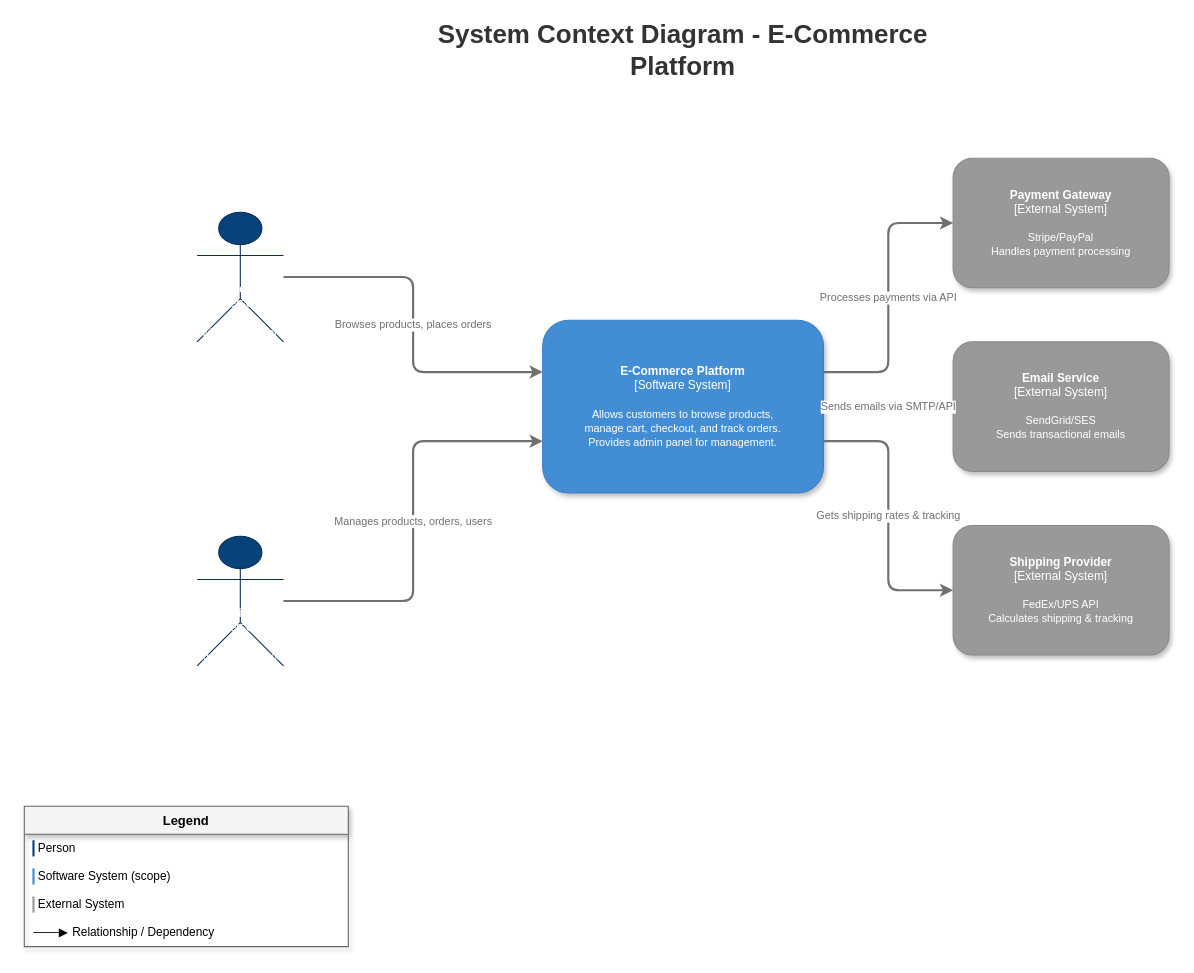
Earlier version of the draw.io diagram page "C4-Context" (1 of 3) of claude-md-drawio/sample-c4-model-ecommerce-platform.drawio (MrParkerZ7/mono-sample-claude-project-specific-instruction). Source tidied: cells renumbered, new cells numbered last; positions are measured from the earlier drawing's top-left corner, leaving out a move shared by most shapes. Both pictures are drawn from the tidied source at 108%, with x=0, y=0 at pixel (24, 28).
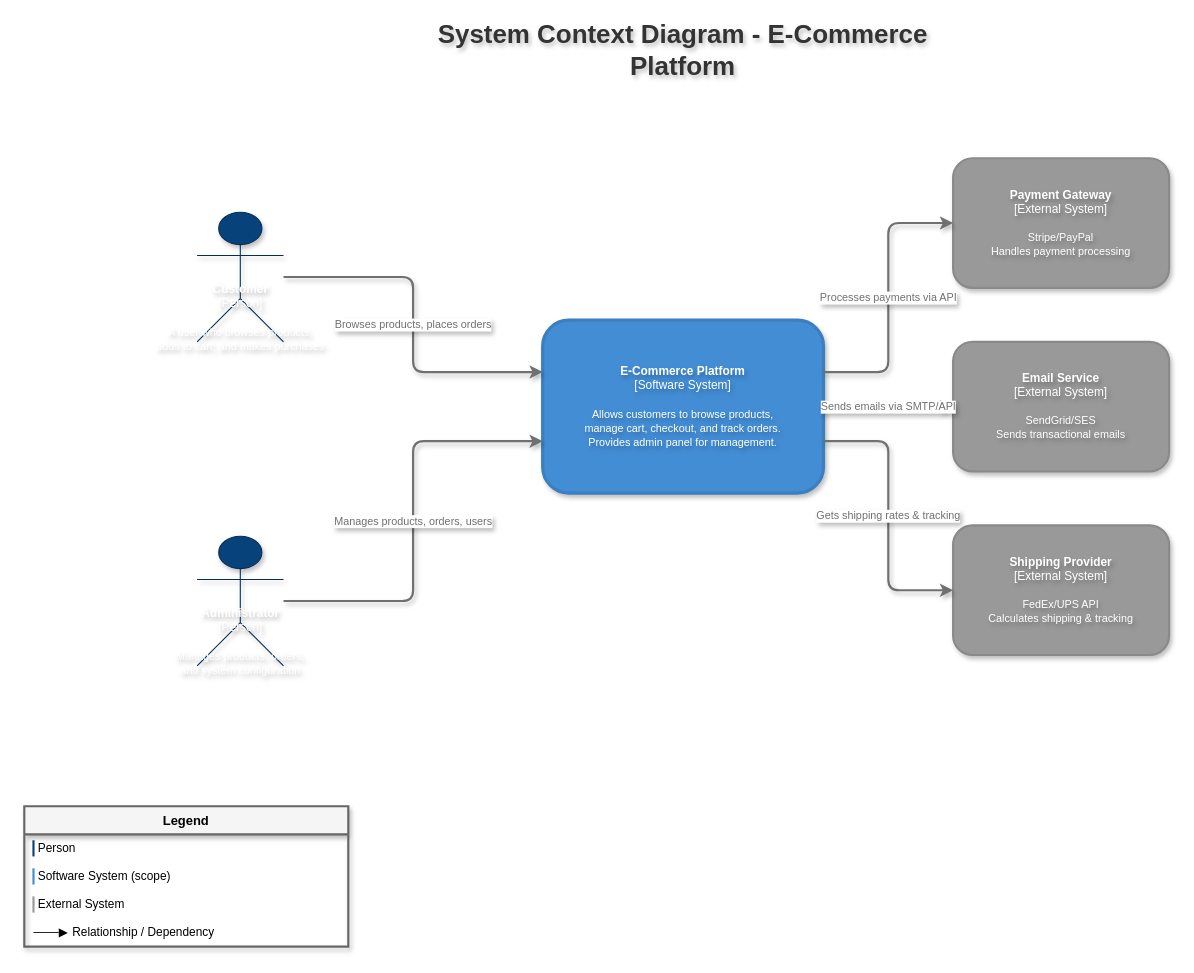
After the change.

The edit, as a diff of the source:
```diff
@@
 <mxGraphModel>
   <root>
     <mxCell id="0" />
     <mxCell id="1" parent="0" />
-    <mxCell id="2" value="System Context Diagram - E-Commerce Platform" style="text;html=1;strokeColor=none;fillColor=none;align=center;verticalAlign=middle;whiteSpace=wrap;rounded=0;fontSize=24;fontStyle=1;fontColor=#333333;" parent="1" vertex="1">
+    <mxCell id="2" value="System Context Diagram - E-Commerce Platform" style="text;html=1;strokeColor=none;fillColor=none;align=center;verticalAlign=middle;whiteSpace=wrap;rounded=0;fontSize=24;fontStyle=1;fontColor=#333333;shadow=1;textShadow=1;" parent="1" vertex="1">
       <mxGeometry x="360" width="500" height="40" as="geometry" />
     </mxCell>
-    <mxCell id="3" value="&lt;b&gt;Customer&lt;/b&gt;&lt;br&gt;[Person]&lt;br&gt;&lt;br&gt;&lt;font style='font-size:10px'&gt;A user who browses products,&lt;br&gt;adds to cart, and makes purchases&lt;/font&gt;" style="shape=umlActor;verticalLabelPosition=bottom;verticalAlign=top;html=1;outlineConnect=0;fillColor=#08427B;strokeColor=#052E56;fontColor=#FFFFFF;labelPosition=center;align=center;spacingTop=-60;spacing=0;fontSize=11;" parent="1" vertex="1">
+    <mxCell id="3" value="&lt;b&gt;Customer&lt;/b&gt;&lt;br&gt;[Person]&lt;br&gt;&lt;br&gt;&lt;font style='font-size:10px'&gt;A user who browses products,&lt;br&gt;adds to cart, and makes purchases&lt;/font&gt;" style="shape=umlActor;verticalLabelPosition=bottom;verticalAlign=top;html=1;outlineConnect=0;fillColor=#08427B;strokeColor=#052E56;fontColor=#FFFFFF;labelPosition=center;align=center;spacingTop=-60;spacing=0;fontSize=11;shadow=1;textShadow=1;" parent="1" vertex="1">
       <mxGeometry x="160" y="170" width="80" height="120" as="geometry" />
     </mxCell>
-    <mxCell id="4" value="&lt;b&gt;Administrator&lt;/b&gt;&lt;br&gt;[Person]&lt;br&gt;&lt;br&gt;&lt;font style='font-size:10px'&gt;Manages products, orders,&lt;br&gt;and system configuration&lt;/font&gt;" style="shape=umlActor;verticalLabelPosition=bottom;verticalAlign=top;html=1;outlineConnect=0;fillColor=#08427B;strokeColor=#052E56;fontColor=#FFFFFF;labelPosition=center;align=center;spacingTop=-60;spacing=0;fontSize=11;" parent="1" vertex="1">
+    <mxCell id="4" value="&lt;b&gt;Administrator&lt;/b&gt;&lt;br&gt;[Person]&lt;br&gt;&lt;br&gt;&lt;font style='font-size:10px'&gt;Manages products, orders,&lt;br&gt;and system configuration&lt;/font&gt;" style="shape=umlActor;verticalLabelPosition=bottom;verticalAlign=top;html=1;outlineConnect=0;fillColor=#08427B;strokeColor=#052E56;fontColor=#FFFFFF;labelPosition=center;align=center;spacingTop=-60;spacing=0;fontSize=11;shadow=1;textShadow=1;" parent="1" vertex="1">
       <mxGeometry x="160" y="470" width="80" height="120" as="geometry" />
     </mxCell>
-    <mxCell id="5" value="&lt;b&gt;E-Commerce Platform&lt;/b&gt;&lt;br&gt;[Software System]&lt;br&gt;&lt;br&gt;&lt;font style='font-size:10px'&gt;Allows customers to browse products,&lt;br&gt;manage cart, checkout, and track orders.&lt;br&gt;Provides admin panel for management.&lt;/font&gt;" style="rounded=1;whiteSpace=wrap;html=1;fillColor=#438DD5;strokeColor=#3C7FC0;fontColor=#FFFFFF;verticalAlign=middle;fontSize=11;shadow=1;" parent="1" vertex="1">
+    <mxCell id="5" value="&lt;b&gt;E-Commerce Platform&lt;/b&gt;&lt;br&gt;[Software System]&lt;br&gt;&lt;br&gt;&lt;font style='font-size:10px'&gt;Allows customers to browse products,&lt;br&gt;manage cart, checkout, and track orders.&lt;br&gt;Provides admin panel for management.&lt;/font&gt;" style="rounded=1;whiteSpace=wrap;html=1;fillColor=#438DD5;strokeColor=#3C7FC0;strokeWidth=3;fontColor=#FFFFFF;verticalAlign=middle;fontSize=11;shadow=1;textShadow=1;" parent="1" vertex="1">
       <mxGeometry x="480" y="270" width="260" height="160" as="geometry" />
     </mxCell>
-    <mxCell id="6" value="&lt;b&gt;Payment Gateway&lt;/b&gt;&lt;br&gt;[External System]&lt;br&gt;&lt;br&gt;&lt;font style='font-size:10px'&gt;Stripe/PayPal&lt;br&gt;Handles payment processing&lt;/font&gt;" style="rounded=1;whiteSpace=wrap;html=1;fillColor=#999999;strokeColor=#8A8A8A;fontColor=#FFFFFF;verticalAlign=middle;fontSize=11;shadow=1;" parent="1" vertex="1">
+    <mxCell id="6" value="&lt;b&gt;Payment Gateway&lt;/b&gt;&lt;br&gt;[External System]&lt;br&gt;&lt;br&gt;&lt;font style='font-size:10px'&gt;Stripe/PayPal&lt;br&gt;Handles payment processing&lt;/font&gt;" style="rounded=1;whiteSpace=wrap;html=1;fillColor=#999999;strokeColor=#8A8A8A;strokeWidth=2;fontColor=#FFFFFF;verticalAlign=middle;fontSize=11;shadow=1;textShadow=1;" parent="1" vertex="1">
       <mxGeometry x="860" y="120" width="200" height="120" as="geometry" />
     </mxCell>
-    <mxCell id="7" value="&lt;b&gt;Email Service&lt;/b&gt;&lt;br&gt;[External System]&lt;br&gt;&lt;br&gt;&lt;font style='font-size:10px'&gt;SendGrid/SES&lt;br&gt;Sends transactional emails&lt;/font&gt;" style="rounded=1;whiteSpace=wrap;html=1;fillColor=#999999;strokeColor=#8A8A8A;fontColor=#FFFFFF;verticalAlign=middle;fontSize=11;shadow=1;" parent="1" vertex="1">
+    <mxCell id="7" value="&lt;b&gt;Email Service&lt;/b&gt;&lt;br&gt;[External System]&lt;br&gt;&lt;br&gt;&lt;font style='font-size:10px'&gt;SendGrid/SES&lt;br&gt;Sends transactional emails&lt;/font&gt;" style="rounded=1;whiteSpace=wrap;html=1;fillColor=#999999;strokeColor=#8A8A8A;strokeWidth=2;fontColor=#FFFFFF;verticalAlign=middle;fontSize=11;shadow=1;textShadow=1;" parent="1" vertex="1">
       <mxGeometry x="860" y="290" width="200" height="120" as="geometry" />
     </mxCell>
-    <mxCell id="8" value="&lt;b&gt;Shipping Provider&lt;/b&gt;&lt;br&gt;[External System]&lt;br&gt;&lt;br&gt;&lt;font style='font-size:10px'&gt;FedEx/UPS API&lt;br&gt;Calculates shipping &amp; tracking&lt;/font&gt;" style="rounded=1;whiteSpace=wrap;html=1;fillColor=#999999;strokeColor=#8A8A8A;fontColor=#FFFFFF;verticalAlign=middle;fontSize=11;shadow=1;" parent="1" vertex="1">
+    <mxCell id="8" value="&lt;b&gt;Shipping Provider&lt;/b&gt;&lt;br&gt;[External System]&lt;br&gt;&lt;br&gt;&lt;font style='font-size:10px'&gt;FedEx/UPS API&lt;br&gt;Calculates shipping &amp; tracking&lt;/font&gt;" style="rounded=1;whiteSpace=wrap;html=1;fillColor=#999999;strokeColor=#8A8A8A;strokeWidth=2;fontColor=#FFFFFF;verticalAlign=middle;fontSize=11;shadow=1;textShadow=1;" parent="1" vertex="1">
       <mxGeometry x="860" y="460" width="200" height="120" as="geometry" />
     </mxCell>
-    <mxCell id="9" value="Browses products, places orders" style="edgeStyle=orthogonalEdgeStyle;rounded=1;jettySize=auto;html=1;strokeColor=#707070;strokeWidth=2;fontColor=#707070;fontSize=10;exitX=1;exitY=0.5;entryX=0;entryY=0.3;" parent="1" edge="1" source="3" target="5">
+    <mxCell id="9" value="Browses products, places orders" style="edgeStyle=orthogonalEdgeStyle;rounded=1;jettySize=auto;html=1;strokeColor=#707070;strokeWidth=2;fontColor=#707070;fontSize=10;exitX=1;exitY=0.5;entryX=0;entryY=0.3;shadow=1;textShadow=1;flowAnimation=1;endArrow=classic;endFill=1;" parent="1" edge="1" source="3" target="5">
       <mxGeometry relative="1" as="geometry" />
     </mxCell>
-    <mxCell id="10" value="Manages products, orders, users" style="edgeStyle=orthogonalEdgeStyle;rounded=1;jettySize=auto;html=1;strokeColor=#707070;strokeWidth=2;fontColor=#707070;fontSize=10;exitX=1;exitY=0.5;entryX=0;entryY=0.7;" parent="1" edge="1" source="4" target="5">
+    <mxCell id="10" value="Manages products, orders, users" style="edgeStyle=orthogonalEdgeStyle;rounded=1;jettySize=auto;html=1;strokeColor=#707070;strokeWidth=2;fontColor=#707070;fontSize=10;exitX=1;exitY=0.5;entryX=0;entryY=0.7;shadow=1;textShadow=1;flowAnimation=1;endArrow=classic;endFill=1;" parent="1" edge="1" source="4" target="5">
       <mxGeometry relative="1" as="geometry" />
     </mxCell>
-    <mxCell id="11" value="Processes payments via API" style="edgeStyle=orthogonalEdgeStyle;rounded=1;jettySize=auto;html=1;strokeColor=#707070;strokeWidth=2;fontColor=#707070;fontSize=10;exitX=1;exitY=0.3;entryX=0;entryY=0.5;" parent="1" edge="1" source="5" target="6">
+    <mxCell id="11" value="Processes payments via API" style="edgeStyle=orthogonalEdgeStyle;rounded=1;jettySize=auto;html=1;strokeColor=#707070;strokeWidth=2;fontColor=#707070;fontSize=10;exitX=1;exitY=0.3;entryX=0;entryY=0.5;shadow=1;textShadow=1;flowAnimation=1;endArrow=classic;endFill=1;" parent="1" edge="1" source="5" target="6">
       <mxGeometry relative="1" as="geometry" />
     </mxCell>
-    <mxCell id="12" value="Sends emails via SMTP/API" style="edgeStyle=orthogonalEdgeStyle;rounded=1;jettySize=auto;html=1;strokeColor=#707070;strokeWidth=2;fontColor=#707070;fontSize=10;exitX=1;exitY=0.5;entryX=0;entryY=0.5;" parent="1" edge="1" source="5" target="7">
+    <mxCell id="12" value="Sends emails via SMTP/API" style="edgeStyle=orthogonalEdgeStyle;rounded=1;jettySize=auto;html=1;strokeColor=#707070;strokeWidth=2;fontColor=#707070;fontSize=10;exitX=1;exitY=0.5;entryX=0;entryY=0.5;shadow=1;textShadow=1;flowAnimation=1;endArrow=classic;endFill=1;" parent="1" edge="1" source="5" target="7">
       <mxGeometry relative="1" as="geometry" />
     </mxCell>
-    <mxCell id="13" value="Gets shipping rates &amp; tracking" style="edgeStyle=orthogonalEdgeStyle;rounded=1;jettySize=auto;html=1;strokeColor=#707070;strokeWidth=2;fontColor=#707070;fontSize=10;exitX=1;exitY=0.7;entryX=0;entryY=0.5;" parent="1" edge="1" source="5" target="8">
+    <mxCell id="13" value="Gets shipping rates &amp; tracking" style="edgeStyle=orthogonalEdgeStyle;rounded=1;jettySize=auto;html=1;strokeColor=#707070;strokeWidth=2;fontColor=#707070;fontSize=10;exitX=1;exitY=0.7;entryX=0;entryY=0.5;shadow=1;textShadow=1;flowAnimation=1;endArrow=classic;endFill=1;" parent="1" edge="1" source="5" target="8">
       <mxGeometry relative="1" as="geometry" />
     </mxCell>
-    <mxCell id="14" value="Legend" style="swimlane;fontStyle=1;horizontal=1;startSize=26;fillColor=#F5F5F5;strokeColor=#666666;fontSize=12;shadow=1;" parent="1" vertex="1">
+    <mxCell id="14" value="Legend" style="swimlane;fontStyle=1;horizontal=1;startSize=26;fillColor=#F5F5F5;strokeColor=#666666;strokeWidth=2;fontSize=12;shadow=1;" parent="1" vertex="1">
       <mxGeometry y="720" width="300" height="130" as="geometry" />
     </mxCell>
     <mxCell id="15" value="&lt;table&gt;&lt;tr&gt;&lt;td style='background:#08427B;width:20px;'&gt;&lt;/td&gt;&lt;td&gt; Person&lt;/td&gt;&lt;/tr&gt;&lt;/table&gt;" style="text;html=1;strokeColor=none;fillColor=none;align=left;verticalAlign=middle;spacingLeft=4;fontSize=11;" parent="14" vertex="1">
       <mxGeometry y="26" width="300" height="26" as="geometry" />
     </mxCell>
     <mxCell id="16" value="&lt;table&gt;&lt;tr&gt;&lt;td style='background:#438DD5;width:20px;'&gt;&lt;/td&gt;&lt;td&gt; Software System (scope)&lt;/td&gt;&lt;/tr&gt;&lt;/table&gt;" style="text;html=1;strokeColor=none;fillColor=none;align=left;verticalAlign=middle;spacingLeft=4;fontSize=11;" parent="14" vertex="1">
       <mxGeometry y="52" width="300" height="26" as="geometry" />
     </mxCell>
     <mxCell id="17" value="&lt;table&gt;&lt;tr&gt;&lt;td style='background:#999999;width:20px;'&gt;&lt;/td&gt;&lt;td&gt; External System&lt;/td&gt;&lt;/tr&gt;&lt;/table&gt;" style="text;html=1;strokeColor=none;fillColor=none;align=left;verticalAlign=middle;spacingLeft=4;fontSize=11;" parent="14" vertex="1">
       <mxGeometry y="78" width="300" height="26" as="geometry" />
     </mxCell>
     <mxCell id="18" value="&lt;table&gt;&lt;tr&gt;&lt;td&gt;───▶&lt;/td&gt;&lt;td&gt; Relationship / Dependency&lt;/td&gt;&lt;/tr&gt;&lt;/table&gt;" style="text;html=1;strokeColor=none;fillColor=none;align=left;verticalAlign=middle;spacingLeft=4;fontSize=11;" parent="14" vertex="1">
       <mxGeometry y="104" width="300" height="26" as="geometry" />
     </mxCell>
   </root>
 </mxGraphModel>
```
